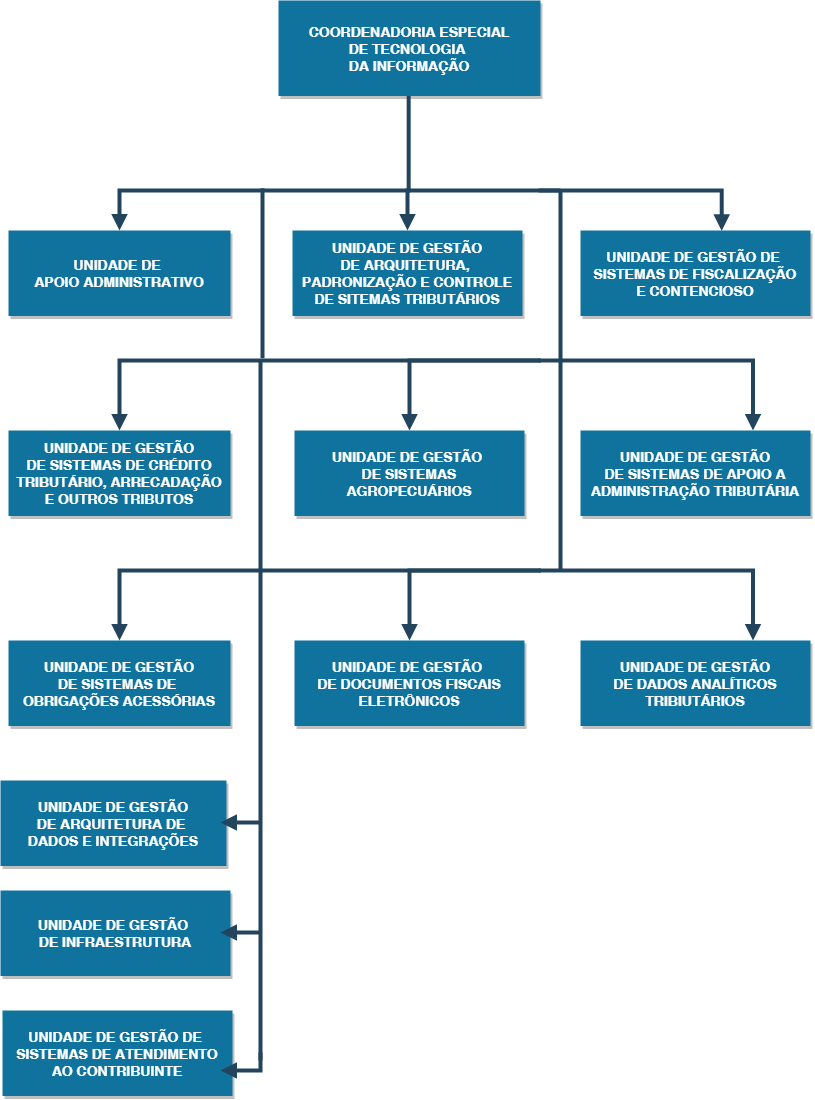
This is assets/img/Organograma SEFAZ.drawio.png from AI-Vlad/template-login-ICMS, a draw.io export, as it was before one commit. Source tidied: cells renumbered, new cells last; positions are measured from the earlier drawing's top-left corner, leaving out a move shared by most shapes.
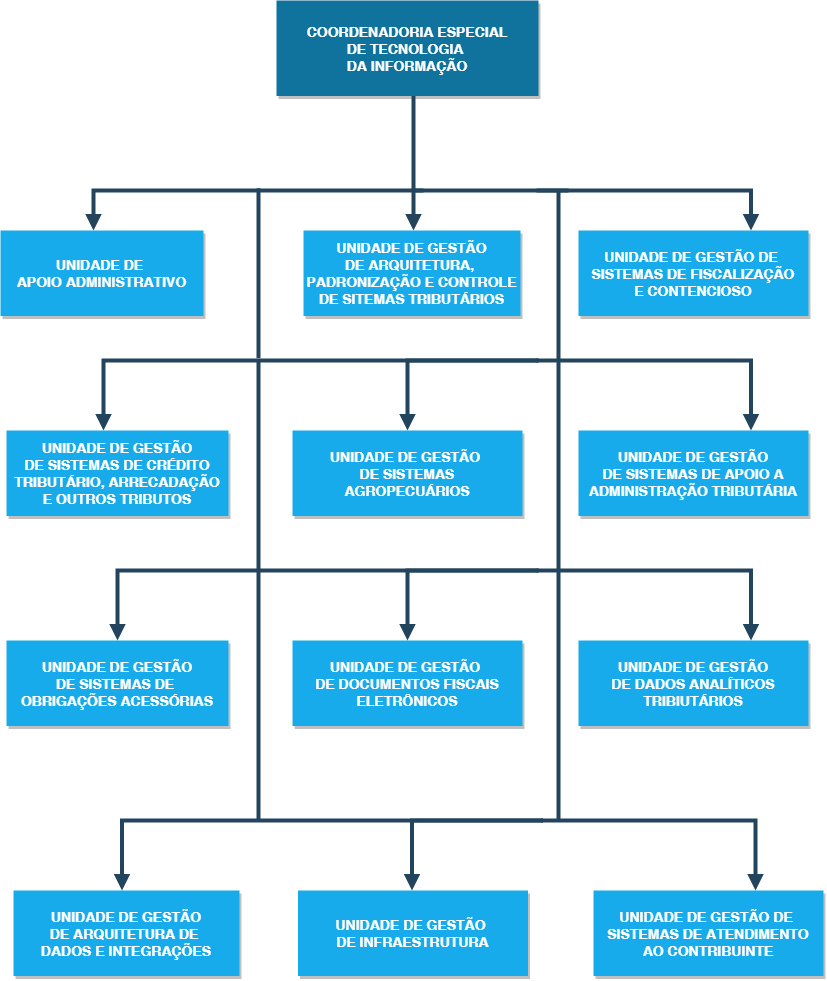
The same diagram one commit later.

Diff of the diagram source:
```diff
@@ -5,52 +5,53 @@
     <mxCell id="2" value="COORDENADORIA ESPECIAL&#10;DE TECNOLOGIA &#10;DA INFORMAÇÃO" style="fillColor=#10739E;strokeColor=none;shadow=1;gradientColor=none;fontStyle=1;fontColor=#FFFFFF;fontSize=14;rounded=0;" parent="1" vertex="1">
       <mxGeometry x="278" width="262" height="95.5" as="geometry" />
     </mxCell>
-    <mxCell id="3" value="UNIDADE DE &#10;APOIO ADMINISTRATIVO" style="fillColor=#10739E;strokeColor=none;shadow=1;gradientColor=none;fontStyle=1;fontColor=#FFFFFF;fontSize=14;rounded=0;" parent="1" vertex="1">
-      <mxGeometry x="8" y="230" width="222" height="85.5" as="geometry" />
+    <mxCell id="3" value="UNIDADE DE &#10;APOIO ADMINISTRATIVO" style="fillColor=#18ABEB;strokeColor=none;shadow=1;gradientColor=none;fontStyle=1;fontColor=#FFFFFF;fontSize=14;rounded=0;" parent="1" vertex="1">
+      <mxGeometry x="2" y="230" width="203" height="85.5" as="geometry" />
     </mxCell>
-    <mxCell id="4" value="UNIDADE DE GESTÃO&#10;DE ARQUITETURA, &#10;PADRONIZAÇÃO E CONTROLE&#10;DE SITEMAS TRIBUTÁRIOS" style="fillColor=#10739E;strokeColor=none;shadow=1;gradientColor=none;fontStyle=1;fontColor=#FFFFFF;fontSize=14;rounded=0;" parent="1" vertex="1">
-      <mxGeometry x="292" y="230" width="230" height="85.5" as="geometry" />
+    <mxCell id="4" value="UNIDADE DE GESTÃO&#10;DE ARQUITETURA, &#10;PADRONIZAÇÃO E CONTROLE&#10;DE SITEMAS TRIBUTÁRIOS" style="fillColor=#18ABEB;strokeColor=none;shadow=1;gradientColor=none;fontStyle=1;fontColor=#FFFFFF;fontSize=14;rounded=0;" parent="1" vertex="1">
+      <mxGeometry x="305" y="230" width="217" height="85.5" as="geometry" />
     </mxCell>
-    <mxCell id="5" style="edgeStyle=elbowEdgeStyle;elbow=vertical;strokeWidth=4;endArrow=block;endFill=1;fontStyle=1;strokeColor=#23445D;entryX=0.5;entryY=0;entryDx=0;entryDy=0;rounded=0;" parent="1" edge="1" target="4">
-      <mxGeometry x="-23" y="15.5" as="geometry">
-        <mxPoint x="560" y="190" as="sourcePoint" />
+    <mxCell id="5" style="edgeStyle=elbowEdgeStyle;elbow=vertical;strokeWidth=4;endArrow=block;endFill=1;fontStyle=1;strokeColor=#23445D;rounded=0;" parent="1" edge="1">
+      <mxGeometry x="-13" y="15.5" as="geometry">
+        <mxPoint x="570" y="190" as="sourcePoint" />
+        <mxPoint x="415" y="230" as="targetPoint" />
         <Array as="points">
-          <mxPoint x="380" y="190" />
+          <mxPoint x="395" y="190" />
         </Array>
       </mxGeometry>
     </mxCell>
     <mxCell id="6" style="edgeStyle=elbowEdgeStyle;elbow=vertical;strokeWidth=4;endArrow=block;endFill=1;fontStyle=1;strokeColor=#23445D;rounded=0;" parent="1" edge="1" target="3">
       <mxGeometry x="-23" y="15.5" as="geometry">
-        <mxPoint x="410" y="190" as="sourcePoint" />
+        <mxPoint x="425" y="190" as="sourcePoint" />
         <Array as="points">
-          <mxPoint x="290" y="190" />
+          <mxPoint x="95" y="190" />
         </Array>
       </mxGeometry>
     </mxCell>
-    <mxCell id="7" style="edgeStyle=elbowEdgeStyle;elbow=vertical;strokeWidth=4;endArrow=block;endFill=1;fontStyle=1;strokeColor=#23445D;entryX=0.614;entryY=0.004;entryDx=0;entryDy=0;entryPerimeter=0;rounded=0;" parent="1" edge="1" target="8">
+    <mxCell id="7" style="edgeStyle=elbowEdgeStyle;elbow=vertical;strokeWidth=4;endArrow=block;endFill=1;fontStyle=1;strokeColor=#23445D;entryX=0.75;entryY=0;entryDx=0;entryDy=0;rounded=0;" parent="1" edge="1" target="8">
       <mxGeometry x="-25" y="10" as="geometry">
         <mxPoint x="540" y="192" as="sourcePoint" />
         <Array as="points">
-          <mxPoint x="640" y="190" />
+          <mxPoint x="765" y="190" />
         </Array>
       </mxGeometry>
     </mxCell>
-    <mxCell id="8" value="UNIDADE DE GESTÃO DE &#10;SISTEMAS DE FISCALIZAÇÃO&#10;E CONTENCIOSO" style="fillColor=#10739E;strokeColor=none;shadow=1;gradientColor=none;fontStyle=1;fontColor=#FFFFFF;fontSize=14;rounded=0;" parent="1" vertex="1">
+    <mxCell id="8" value="UNIDADE DE GESTÃO DE &#10;SISTEMAS DE FISCALIZAÇÃO&#10;E CONTENCIOSO" style="fillColor=#18ABEB;strokeColor=none;shadow=1;gradientColor=none;fontStyle=1;fontColor=#FFFFFF;fontSize=14;rounded=0;" parent="1" vertex="1">
       <mxGeometry x="580" y="230" width="230" height="85.5" as="geometry" />
     </mxCell>
-    <mxCell id="9" value="UNIDADE DE GESTÃO&#10;DE ARQUITETURA DE &#10;DADOS E INTEGRAÇÕES" style="fillColor=#10739E;strokeColor=none;shadow=1;gradientColor=none;fontStyle=1;fontColor=#FFFFFF;fontSize=14;rounded=0;" parent="1" vertex="1">
-      <mxGeometry y="780" width="226" height="85.5" as="geometry" />
+    <mxCell id="9" value="UNIDADE DE GESTÃO&#10;DE ARQUITETURA DE &#10;DADOS E INTEGRAÇÕES" style="fillColor=#18ABEB;strokeColor=none;shadow=1;gradientColor=none;fontStyle=1;fontColor=#FFFFFF;fontSize=14;rounded=0;" parent="1" vertex="1">
+      <mxGeometry x="15" y="890" width="226" height="85.5" as="geometry" />
     </mxCell>
-    <mxCell id="10" value="UNIDADE DE GESTÃO &#10;DE INFRAESTRUTURA" style="fillColor=#10739E;strokeColor=none;shadow=1;gradientColor=none;fontStyle=1;fontColor=#FFFFFF;fontSize=14;rounded=0;" parent="1" vertex="1">
-      <mxGeometry y="890" width="230" height="85.5" as="geometry" />
+    <mxCell id="10" value="UNIDADE DE GESTÃO &#10;DE INFRAESTRUTURA" style="fillColor=#18ABEB;strokeColor=none;shadow=1;gradientColor=none;fontStyle=1;fontColor=#FFFFFF;fontSize=14;rounded=0;" parent="1" vertex="1">
+      <mxGeometry x="299.5" y="890" width="230" height="85.5" as="geometry" />
     </mxCell>
-    <mxCell id="11" value="UNIDADE DE GESTÃO DE &#10;SISTEMAS DE ATENDIMENTO&#10;AO CONTRIBUINTE" style="fillColor=#10739E;strokeColor=none;shadow=1;gradientColor=none;fontStyle=1;fontColor=#FFFFFF;fontSize=14;rounded=0;" parent="1" vertex="1">
-      <mxGeometry x="2" y="1010" width="230" height="85.5" as="geometry" />
+    <mxCell id="11" value="UNIDADE DE GESTÃO DE &#10;SISTEMAS DE ATENDIMENTO&#10;AO CONTRIBUINTE" style="fillColor=#18ABEB;strokeColor=none;shadow=1;gradientColor=none;fontStyle=1;fontColor=#FFFFFF;fontSize=14;rounded=0;" parent="1" vertex="1">
+      <mxGeometry x="595" y="890" width="230" height="85.5" as="geometry" />
     </mxCell>
-    <mxCell id="12" value="UNIDADE DE GESTÃO&#10;DE SISTEMAS DE CRÉDITO&#10;TRIBUTÁRIO, ARRECADAÇÃO&#10;E OUTROS TRIBUTOS" style="fillColor=#10739E;strokeColor=none;shadow=1;gradientColor=none;fontStyle=1;fontColor=#FFFFFF;fontSize=14;rounded=0;" parent="1" vertex="1">
+    <mxCell id="12" value="UNIDADE DE GESTÃO&#10;DE SISTEMAS DE CRÉDITO&#10;TRIBUTÁRIO, ARRECADAÇÃO&#10;E OUTROS TRIBUTOS" style="fillColor=#18ABEB;strokeColor=none;shadow=1;gradientColor=none;fontStyle=1;fontColor=#FFFFFF;fontSize=14;rounded=0;" parent="1" vertex="1">
       <mxGeometry x="8" y="430" width="222" height="85.5" as="geometry" />
     </mxCell>
-    <mxCell id="13" value="UNIDADE DE GESTÃO &#10;DE SISTEMAS&#10;AGROPECUÁRIOS" style="fillColor=#10739E;strokeColor=none;shadow=1;gradientColor=none;fontStyle=1;fontColor=#FFFFFF;fontSize=14;rounded=0;" parent="1" vertex="1">
+    <mxCell id="13" value="UNIDADE DE GESTÃO &#10;DE SISTEMAS&#10;AGROPECUÁRIOS" style="fillColor=#18ABEB;strokeColor=none;shadow=1;gradientColor=none;fontStyle=1;fontColor=#FFFFFF;fontSize=14;rounded=0;" parent="1" vertex="1">
       <mxGeometry x="294" y="430" width="230" height="85.5" as="geometry" />
     </mxCell>
     <mxCell id="14" style="edgeStyle=elbowEdgeStyle;elbow=vertical;strokeWidth=4;endArrow=block;endFill=1;fontStyle=1;strokeColor=#23445D;entryX=0.5;entryY=0;entryDx=0;entryDy=0;rounded=0;" parent="1" edge="1" target="13">
@@ -65,7 +66,7 @@
       <mxGeometry x="5" y="95.5" as="geometry">
         <mxPoint x="540" y="360" as="sourcePoint" />
         <Array as="points">
-          <mxPoint x="328" y="360" />
+          <mxPoint x="105" y="360" />
         </Array>
       </mxGeometry>
     </mxCell>
@@ -77,24 +78,24 @@
         </Array>
       </mxGeometry>
     </mxCell>
-    <mxCell id="17" value="UNIDADE DE GESTÃO&#10;DE SISTEMAS DE APOIO A&#10;ADMINISTRAÇÃO TRIBUTÁRIA" style="fillColor=#10739E;strokeColor=none;shadow=1;gradientColor=none;fontStyle=1;fontColor=#FFFFFF;fontSize=14;rounded=0;" parent="1" vertex="1">
+    <mxCell id="17" value="UNIDADE DE GESTÃO&#10;DE SISTEMAS DE APOIO A&#10;ADMINISTRAÇÃO TRIBUTÁRIA" style="fillColor=#18ABEB;strokeColor=none;shadow=1;gradientColor=none;fontStyle=1;fontColor=#FFFFFF;fontSize=14;rounded=0;" parent="1" vertex="1">
       <mxGeometry x="580" y="430" width="230" height="85.5" as="geometry" />
     </mxCell>
     <mxCell id="18" style="edgeStyle=elbowEdgeStyle;elbow=vertical;strokeWidth=4;endArrow=none;endFill=0;fontStyle=1;strokeColor=#23445D;rounded=0;" parent="1" edge="1">
-      <mxGeometry x="-7.8" y="175.5" as="geometry">
-        <mxPoint x="408.2" y="95.5" as="sourcePoint" />
-        <mxPoint x="408.2" y="190" as="targetPoint" />
+      <mxGeometry x="-1" y="175.5" as="geometry">
+        <mxPoint x="415" y="95.5" as="sourcePoint" />
+        <mxPoint x="415" y="190" as="targetPoint" />
         <Array as="points">
-          <mxPoint x="420" y="150" />
+          <mxPoint x="426.8" y="150" />
         </Array>
       </mxGeometry>
     </mxCell>
     <mxCell id="19" style="edgeStyle=elbowEdgeStyle;elbow=vertical;strokeWidth=4;endArrow=none;endFill=0;fontStyle=1;strokeColor=#23445D;rounded=0;" parent="1" edge="1">
-      <mxGeometry x="-154" y="267.8" as="geometry">
-        <mxPoint x="262" y="187.7" as="sourcePoint" />
-        <mxPoint x="262" y="357.8" as="targetPoint" />
+      <mxGeometry x="-156" y="267.8" as="geometry">
+        <mxPoint x="260" y="187.7" as="sourcePoint" />
+        <mxPoint x="260" y="357.8" as="targetPoint" />
         <Array as="points">
-          <mxPoint x="250" y="272.8" />
+          <mxPoint x="248" y="272.8" />
         </Array>
       </mxGeometry>
     </mxCell>
@@ -116,10 +117,10 @@
         <mxPoint x="560" y="570" as="targetPoint" />
       </mxGeometry>
     </mxCell>
-    <mxCell id="23" value="UNIDADE DE GESTÃO&#10;DE SISTEMAS DE &#10;OBRIGAÇÕES ACESSÓRIAS" style="fillColor=#10739E;strokeColor=none;shadow=1;gradientColor=none;fontStyle=1;fontColor=#FFFFFF;fontSize=14;rounded=0;" parent="1" vertex="1">
+    <mxCell id="23" value="UNIDADE DE GESTÃO&#10;DE SISTEMAS DE &#10;OBRIGAÇÕES ACESSÓRIAS" style="fillColor=#18ABEB;strokeColor=none;shadow=1;gradientColor=none;fontStyle=1;fontColor=#FFFFFF;fontSize=14;rounded=0;" parent="1" vertex="1">
       <mxGeometry x="8" y="640" width="222" height="85.5" as="geometry" />
     </mxCell>
-    <mxCell id="24" value="UNIDADE DE GESTÃO &#10;DE DOCUMENTOS FISCAIS&#10;ELETRÔNICOS" style="fillColor=#10739E;strokeColor=none;shadow=1;gradientColor=none;fontStyle=1;fontColor=#FFFFFF;fontSize=14;rounded=0;" parent="1" vertex="1">
+    <mxCell id="24" value="UNIDADE DE GESTÃO &#10;DE DOCUMENTOS FISCAIS&#10;ELETRÔNICOS" style="fillColor=#18ABEB;strokeColor=none;shadow=1;gradientColor=none;fontStyle=1;fontColor=#FFFFFF;fontSize=14;rounded=0;" parent="1" vertex="1">
       <mxGeometry x="294" y="640" width="230" height="85.5" as="geometry" />
     </mxCell>
     <mxCell id="25" style="edgeStyle=elbowEdgeStyle;elbow=vertical;strokeWidth=4;endArrow=block;endFill=1;fontStyle=1;strokeColor=#23445D;entryX=0.5;entryY=0;entryDx=0;entryDy=0;rounded=0;" parent="1" edge="1" target="24">
@@ -146,35 +147,47 @@
         </Array>
       </mxGeometry>
     </mxCell>
-    <mxCell id="28" value="UNIDADE DE GESTÃO&#10;DE DADOS ANALÍTICOS&#10;TRIBIUTÁRIOS" style="fillColor=#10739E;strokeColor=none;shadow=1;gradientColor=none;fontStyle=1;fontColor=#FFFFFF;fontSize=14;rounded=0;" parent="1" vertex="1">
+    <mxCell id="28" value="UNIDADE DE GESTÃO&#10;DE DADOS ANALÍTICOS&#10;TRIBIUTÁRIOS" style="fillColor=#18ABEB;strokeColor=none;shadow=1;gradientColor=none;fontStyle=1;fontColor=#FFFFFF;fontSize=14;rounded=0;" parent="1" vertex="1">
       <mxGeometry x="580" y="640" width="230" height="85.5" as="geometry" />
     </mxCell>
     <mxCell id="29" style="edgeStyle=elbowEdgeStyle;elbow=vertical;strokeWidth=4;endArrow=none;endFill=0;fontStyle=1;strokeColor=#23445D;rounded=0;" parent="1" edge="1">
       <mxGeometry x="-156" y="650" as="geometry">
         <mxPoint x="260" y="570" as="sourcePoint" />
-        <mxPoint x="260" y="1060" as="targetPoint" />
+        <mxPoint x="260" y="820" as="targetPoint" />
       </mxGeometry>
     </mxCell>
-    <mxCell id="30" style="edgeStyle=elbowEdgeStyle;elbow=vertical;strokeWidth=4;endArrow=block;endFill=1;fontStyle=1;strokeColor=#23445D;rounded=0;" parent="1" edge="1">
-      <mxGeometry x="236" y="557.4" as="geometry">
-        <mxPoint x="260" y="821.9" as="sourcePoint" />
-        <mxPoint x="220" y="821.9" as="targetPoint" />
-      </mxGeometry>
-    </mxCell>
-    <mxCell id="31" style="edgeStyle=elbowEdgeStyle;elbow=vertical;strokeWidth=4;endArrow=block;endFill=1;fontStyle=1;strokeColor=#23445D;rounded=0;" parent="1" edge="1">
-      <mxGeometry x="236" y="667.4" as="geometry">
-        <mxPoint x="260" y="931.9" as="sourcePoint" />
-        <mxPoint x="220" y="931.9" as="targetPoint" />
-      </mxGeometry>
-    </mxCell>
-    <mxCell id="32" style="edgeStyle=elbowEdgeStyle;elbow=vertical;strokeWidth=4;endArrow=block;endFill=1;fontStyle=1;strokeColor=#23445D;rounded=0;" parent="1" edge="1">
-      <mxGeometry x="236" y="787.4" as="geometry">
-        <mxPoint x="260" y="1051.9" as="sourcePoint" />
-        <mxPoint x="220" y="1070" as="targetPoint" />
-        <Array as="points">
-          <mxPoint x="240" y="1070" />
-        </Array>
-      </mxGeometry>
-    </mxCell>
+    <mxCell id="33" style="edgeStyle=elbowEdgeStyle;elbow=vertical;strokeWidth=4;endArrow=block;endFill=1;fontStyle=1;strokeColor=#23445D;entryX=0.5;entryY=0;entryDx=0;entryDy=0;rounded=0;" parent="1" edge="1">
+      <mxGeometry x="9.5" y="555.5" as="geometry">
+        <mxPoint x="544.5" y="820" as="sourcePoint" />
+        <mxPoint x="413.5" y="890" as="targetPoint" />
+        <Array as="points">
+          <mxPoint x="462.5" y="820" />
+        </Array>
+      </mxGeometry>
+    </mxCell>
+    <mxCell id="34" style="edgeStyle=elbowEdgeStyle;elbow=vertical;strokeWidth=4;endArrow=block;endFill=1;fontStyle=1;strokeColor=#23445D;rounded=0;" parent="1" edge="1">
+      <mxGeometry x="9.5" y="555.5" as="geometry">
+        <mxPoint x="544.5" y="820" as="sourcePoint" />
+        <mxPoint x="123.5" y="890" as="targetPoint" />
+        <Array as="points">
+          <mxPoint x="332.5" y="820" />
+        </Array>
+      </mxGeometry>
+    </mxCell>
+    <mxCell id="35" style="edgeStyle=elbowEdgeStyle;elbow=vertical;strokeWidth=4;endArrow=block;endFill=1;fontStyle=1;strokeColor=#23445D;entryX=0.75;entryY=0;entryDx=0;entryDy=0;rounded=0;" parent="1" edge="1">
+      <mxGeometry x="7.5" y="550" as="geometry">
+        <mxPoint x="542.5" y="820" as="sourcePoint" />
+        <mxPoint x="757" y="890" as="targetPoint" />
+        <Array as="points">
+          <mxPoint x="652.5" y="820" />
+        </Array>
+      </mxGeometry>
+    </mxCell>
+    <mxCell id="36" style="edgeStyle=elbowEdgeStyle;elbow=vertical;strokeWidth=4;endArrow=none;endFill=0;fontStyle=1;strokeColor=#23445D;rounded=0;" parent="1" edge="1">
+      <mxGeometry x="144" y="650" as="geometry">
+        <mxPoint x="560" y="570" as="sourcePoint" />
+        <mxPoint x="560" y="820" as="targetPoint" />
+      </mxGeometry>
+    </mxCell>
   </root>
 </mxGraphModel>
```
